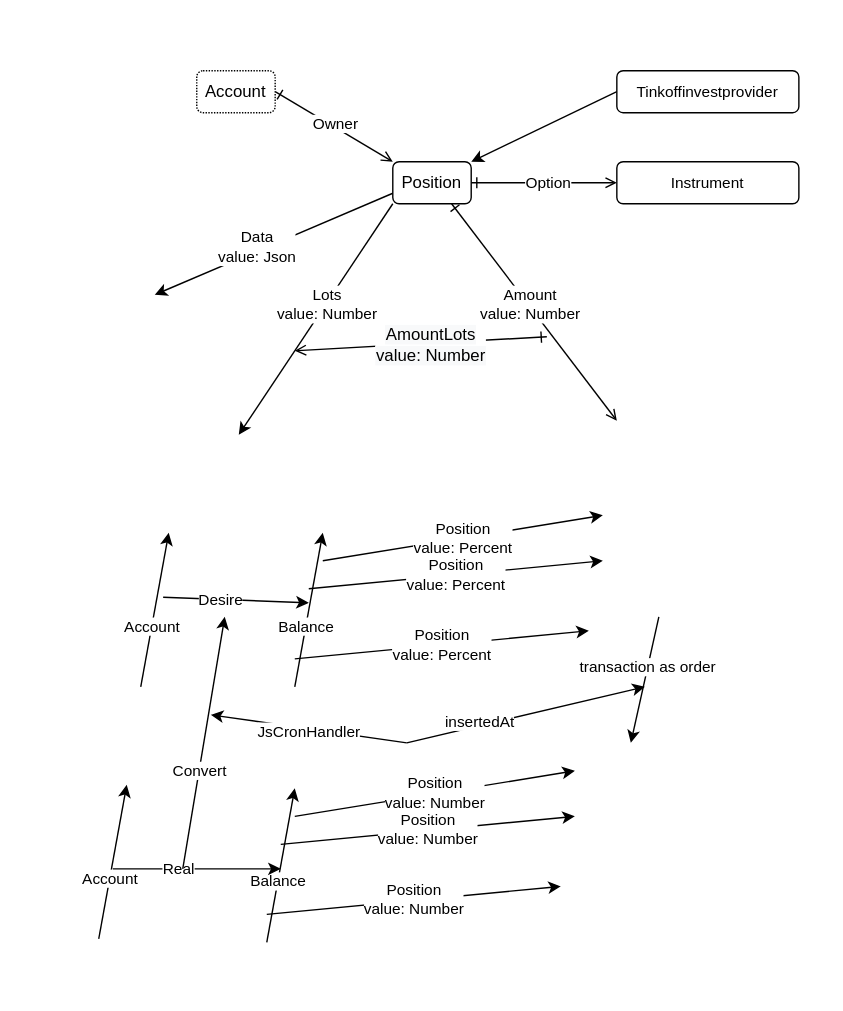
The draw.io diagram src/position/Position.drawio.svg in suenot/deep-tinkoff-invest-api, before a commit. Source tidied: cells renumbered, new cells last; positions are measured from the earlier drawing's top-left corner, leaving out a move shared by most shapes.
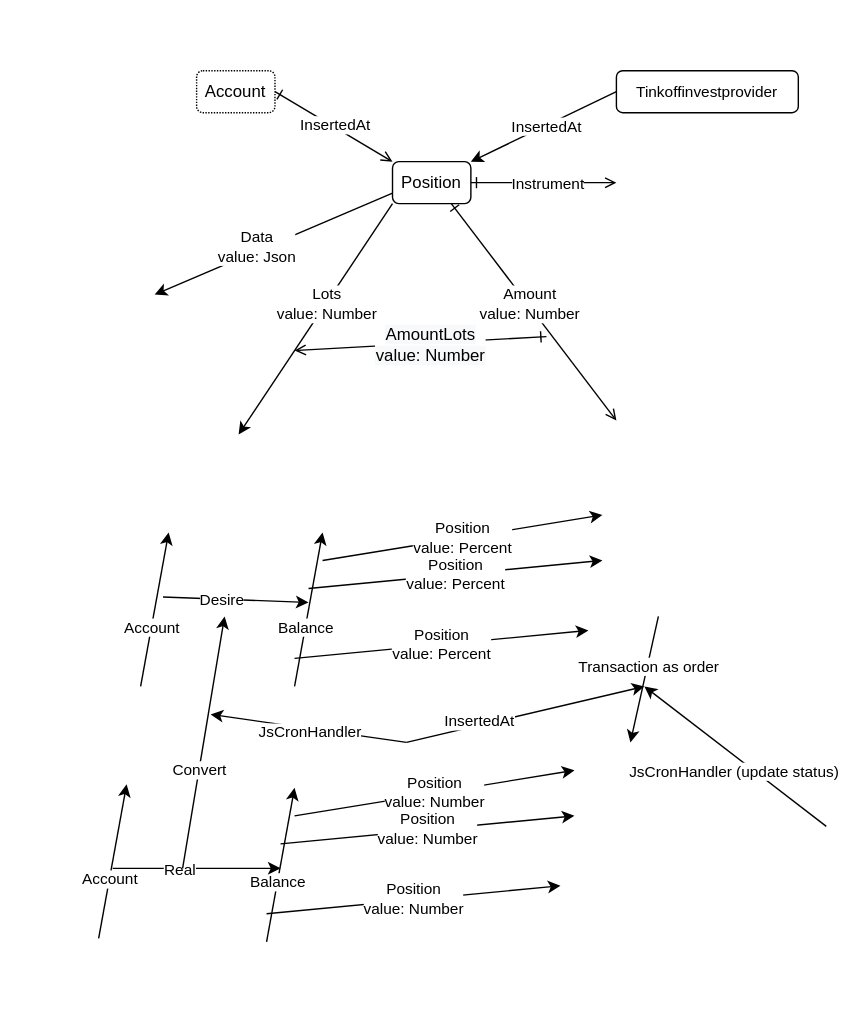
Later version of the same file.

The edit, as a diff of the source:
```diff
@@ -8,16 +8,18 @@
     <mxCell id="3" style="edgeStyle=none;html=1;exitX=1;exitY=0.5;exitDx=0;exitDy=0;startArrow=ERone;startFill=0;entryX=0;entryY=0;entryDx=0;entryDy=0;endArrow=open;endFill=0;" parent="1" edge="1" source="5" target="12">
       <mxGeometry relative="1" as="geometry" />
     </mxCell>
-    <mxCell id="4" value="Owner" style="edgeLabel;html=1;align=center;verticalAlign=middle;" parent="3" vertex="1">
+    <mxCell id="4" value="InsertedAt" style="edgeLabel;html=1;align=center;verticalAlign=middle;" parent="3" vertex="1">
       <mxGeometry x="-0.01" y="2" relative="1" as="geometry" />
     </mxCell>
     <mxCell id="5" value="Account" style="rounded=1;whiteSpace=wrap;html=1;labelBackgroundColor=none;dashed=1;dashPattern=1 1;" parent="1" vertex="1">
       <mxGeometry x="140" y="50" width="56" height="30" as="geometry" />
     </mxCell>
-    <mxCell id="6" style="edgeStyle=none;html=1;exitX=1;exitY=0.5;exitDx=0;exitDy=0;entryX=0;entryY=0.5;entryDx=0;entryDy=0;startArrow=ERone;startFill=0;endArrow=open;endFill=0;" parent="1" edge="1" source="12" target="13">
-      <mxGeometry relative="1" as="geometry" />
+    <mxCell id="6" style="edgeStyle=none;html=1;exitX=1;exitY=0.5;exitDx=0;exitDy=0;entryX=0;entryY=0.5;entryDx=0;entryDy=0;startArrow=ERone;startFill=0;endArrow=open;endFill=0;" parent="1" edge="1" source="12">
+      <mxGeometry relative="1" as="geometry">
+        <mxPoint x="440" y="130" as="targetPoint" />
+      </mxGeometry>
     </mxCell>
-    <mxCell id="7" value="Option" style="edgeLabel;html=1;align=center;verticalAlign=middle;" parent="6" vertex="1">
+    <mxCell id="7" value="Instrument" style="edgeLabel;html=1;align=center;verticalAlign=middle;" parent="6" vertex="1">
       <mxGeometry x="0.05" relative="1" as="geometry" />
     </mxCell>
     <mxCell id="8" style="edgeStyle=none;html=1;exitX=0;exitY=1;exitDx=0;exitDy=0;" parent="1" edge="1" source="12">
@@ -39,9 +41,6 @@
     <mxCell id="12" value="Position" style="rounded=1;whiteSpace=wrap;html=1;labelBackgroundColor=none;" parent="1" vertex="1">
       <mxGeometry x="280" y="115" width="56" height="30" as="geometry" />
     </mxCell>
-    <mxCell id="13" value="&lt;span style=&quot;font-size: 11px ; background-color: rgb(255 , 255 , 255)&quot;&gt;Instrument&lt;/span&gt;" style="rounded=1;whiteSpace=wrap;html=1;labelBackgroundColor=none;" parent="1" vertex="1">
-      <mxGeometry x="440" y="115" width="130" height="30" as="geometry" />
-    </mxCell>
     <mxCell id="14" style="edgeStyle=none;html=1;exitX=0.75;exitY=1;exitDx=0;exitDy=0;startArrow=ERone;startFill=0;endArrow=open;endFill=0;" parent="1" edge="1" source="12">
       <mxGeometry relative="1" as="geometry">
         <mxPoint x="440" y="300" as="targetPoint" />
@@ -68,6 +67,9 @@
     <mxCell id="19" style="edgeStyle=none;html=1;exitX=0;exitY=0.5;exitDx=0;exitDy=0;entryX=1;entryY=0;entryDx=0;entryDy=0;" parent="1" edge="1" source="20" target="12">
       <mxGeometry relative="1" as="geometry" />
     </mxCell>
+    <mxCell id="46" value="InsertedAt" style="edgeLabel;html=1;align=center;verticalAlign=middle;" parent="19" vertex="1">
+      <mxGeometry x="-0.01" relative="1" as="geometry" />
+    </mxCell>
     <mxCell id="20" value="&lt;span style=&quot;font-size: 11px ; background-color: rgb(255 , 255 , 255)&quot;&gt;Tinkoffinvestprovider&lt;/span&gt;" style="rounded=1;whiteSpace=wrap;html=1;labelBackgroundColor=none;" parent="1" vertex="1">
       <mxGeometry x="440" y="50" width="130" height="30" as="geometry" />
     </mxCell>
@@ -181,7 +183,7 @@
         <mxPoint x="460" y="490" as="targetPoint" />
       </mxGeometry>
     </mxCell>
-    <mxCell id="43" value="insertedAt" style="edgeLabel;html=1;align=center;verticalAlign=middle;" parent="42" vertex="1">
+    <mxCell id="43" value="InsertedAt" style="edgeLabel;html=1;align=center;verticalAlign=middle;" parent="42" vertex="1">
       <mxGeometry x="-0.21" relative="1" as="geometry">
         <mxPoint x="-15" as="offset" />
       </mxGeometry>
@@ -192,8 +194,19 @@
         <mxPoint x="450" y="530" as="targetPoint" />
       </mxGeometry>
     </mxCell>
-    <mxCell id="45" value="transaction as order" style="edgeLabel;html=1;align=center;verticalAlign=middle;" parent="44" vertex="1">
+    <mxCell id="45" value="Transaction as order" style="edgeLabel;html=1;align=center;verticalAlign=middle;" parent="44" vertex="1">
       <mxGeometry x="-0.21" relative="1" as="geometry" />
     </mxCell>
+    <mxCell id="47" style="edgeStyle=none;html=1;" parent="1" edge="1">
+      <mxGeometry relative="1" as="geometry">
+        <mxPoint x="590" y="590" as="sourcePoint" />
+        <mxPoint x="460" y="490" as="targetPoint" />
+      </mxGeometry>
+    </mxCell>
+    <mxCell id="48" value="JsCronHandler (update status)" style="edgeLabel;html=1;align=center;verticalAlign=middle;" parent="47" vertex="1">
+      <mxGeometry x="-0.21" relative="1" as="geometry">
+        <mxPoint x="-15" as="offset" />
+      </mxGeometry>
+    </mxCell>
   </root>
 </mxGraphModel>
```
